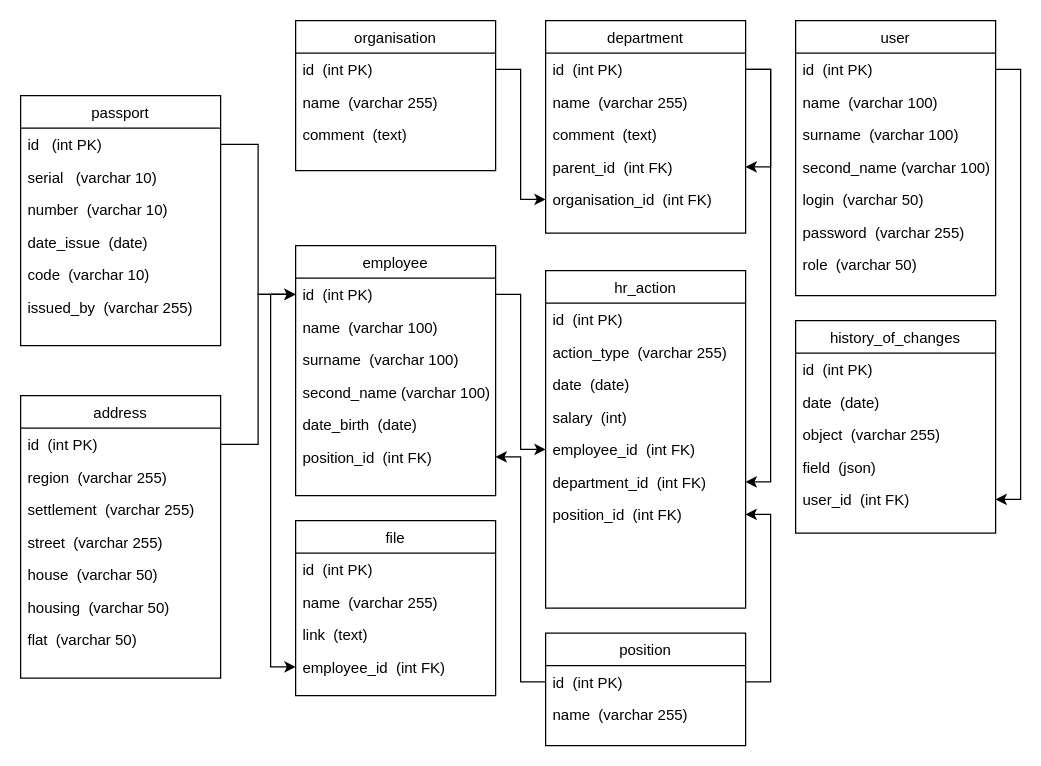
XenoPOMP/areal-hr-test-2024 keeps this draw.io diagram as docs/DB_diagram.drawio. Above is the earlier version. Source tidied: cells renumbered, new cells numbered last; positions are measured from the earlier drawing's top-left corner, leaving out a move shared by most shapes. Both pictures are drawn from the tidied source at 125%, with x=0, y=0 at pixel (20, 20).
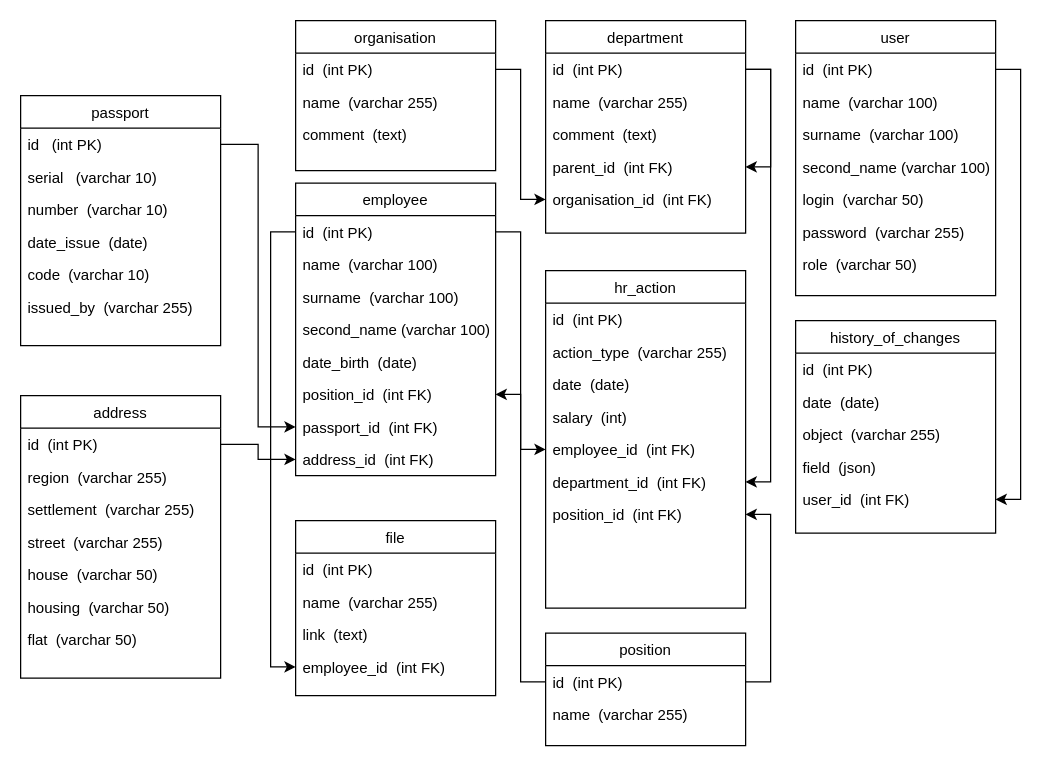
The same page after the edit.

Unchanged cells that the change refers to:
```xml
<mxCell id="17" value="id  (int PK)" style="text;align=left;verticalAlign=top;spacingLeft=4;spacingRight=4;overflow=hidden;points=[[0,0.5],[1,0.5]];portConstraint=eastwest;" parent="16" vertex="1">
  <mxGeometry y="26" width="160" height="26" as="geometry" />
</mxCell>
<mxCell id="37" value="id   (int PK)" style="text;align=left;verticalAlign=top;spacingLeft=4;spacingRight=4;overflow=hidden;points=[[0,0.5],[1,0.5]];portConstraint=eastwest;" parent="36" vertex="1">
  <mxGeometry y="26" width="160" height="26" as="geometry" />
</mxCell>
<mxCell id="44" value="id  (int PK)" style="text;align=left;verticalAlign=top;spacingLeft=4;spacingRight=4;overflow=hidden;points=[[0,0.5],[1,0.5]];portConstraint=eastwest;" parent="43" vertex="1">
  <mxGeometry y="26" width="160" height="26" as="geometry" />
</mxCell>
```

Change to the diagram source:
```diff
@@
     <mxCell id="16" value="employee" style="swimlane;fontStyle=0;align=center;verticalAlign=top;horizontal=1;startSize=26;rounded=0;shadow=0;strokeWidth=1;" parent="1" vertex="1">
-      <mxGeometry x="220" y="180" width="160" height="200" as="geometry" />
+      <mxGeometry x="220" y="130" width="160" height="234" as="geometry" />
     </mxCell>
@@
+    <mxCell id="74" value="passport_id  (int FK)" style="text;align=left;verticalAlign=top;spacingLeft=4;spacingRight=4;overflow=hidden;points=[[0,0.5],[1,0.5]];portConstraint=eastwest;rounded=0;shadow=0;html=0;" parent="16" vertex="1">
+      <mxGeometry y="182" width="160" height="26" as="geometry" />
+    </mxCell>
+    <mxCell id="75" value="address_id  (int FK)" style="text;align=left;verticalAlign=top;spacingLeft=4;spacingRight=4;overflow=hidden;points=[[0,0.5],[1,0.5]];portConstraint=eastwest;rounded=0;shadow=0;html=0;" parent="16" vertex="1">
+      <mxGeometry y="208" width="160" height="26" as="geometry" />
+    </mxCell>
@@
-    <mxCell id="71" style="edgeStyle=orthogonalEdgeStyle;rounded=0;jettySize=auto;html=1;exitX=1;exitY=0.5;exitDx=0;exitDy=0;entryX=0;entryY=0.5;entryDx=0;entryDy=0;" parent="1" edge="1" source="37" target="17">
-      <mxGeometry relative="1" as="geometry" />
-    </mxCell>
-    <mxCell id="72" style="edgeStyle=orthogonalEdgeStyle;rounded=0;jettySize=auto;html=1;exitX=1;exitY=0.5;exitDx=0;exitDy=0;entryX=0;entryY=0.5;entryDx=0;entryDy=0;" parent="1" edge="1" source="44" target="17">
-      <mxGeometry relative="1" as="geometry" />
-    </mxCell>
@@
+    <mxCell id="76" style="edgeStyle=orthogonalEdgeStyle;rounded=0;jettySize=auto;html=1;exitX=1;exitY=0.5;exitDx=0;exitDy=0;entryX=0;entryY=0.5;entryDx=0;entryDy=0;" parent="1" edge="1" source="37" target="74">
+      <mxGeometry relative="1" as="geometry" />
+    </mxCell>
+    <mxCell id="77" style="edgeStyle=orthogonalEdgeStyle;rounded=0;jettySize=auto;html=1;exitX=1;exitY=0.5;exitDx=0;exitDy=0;entryX=0;entryY=0.5;entryDx=0;entryDy=0;" parent="1" edge="1" source="44" target="75">
+      <mxGeometry relative="1" as="geometry" />
+    </mxCell>
```
